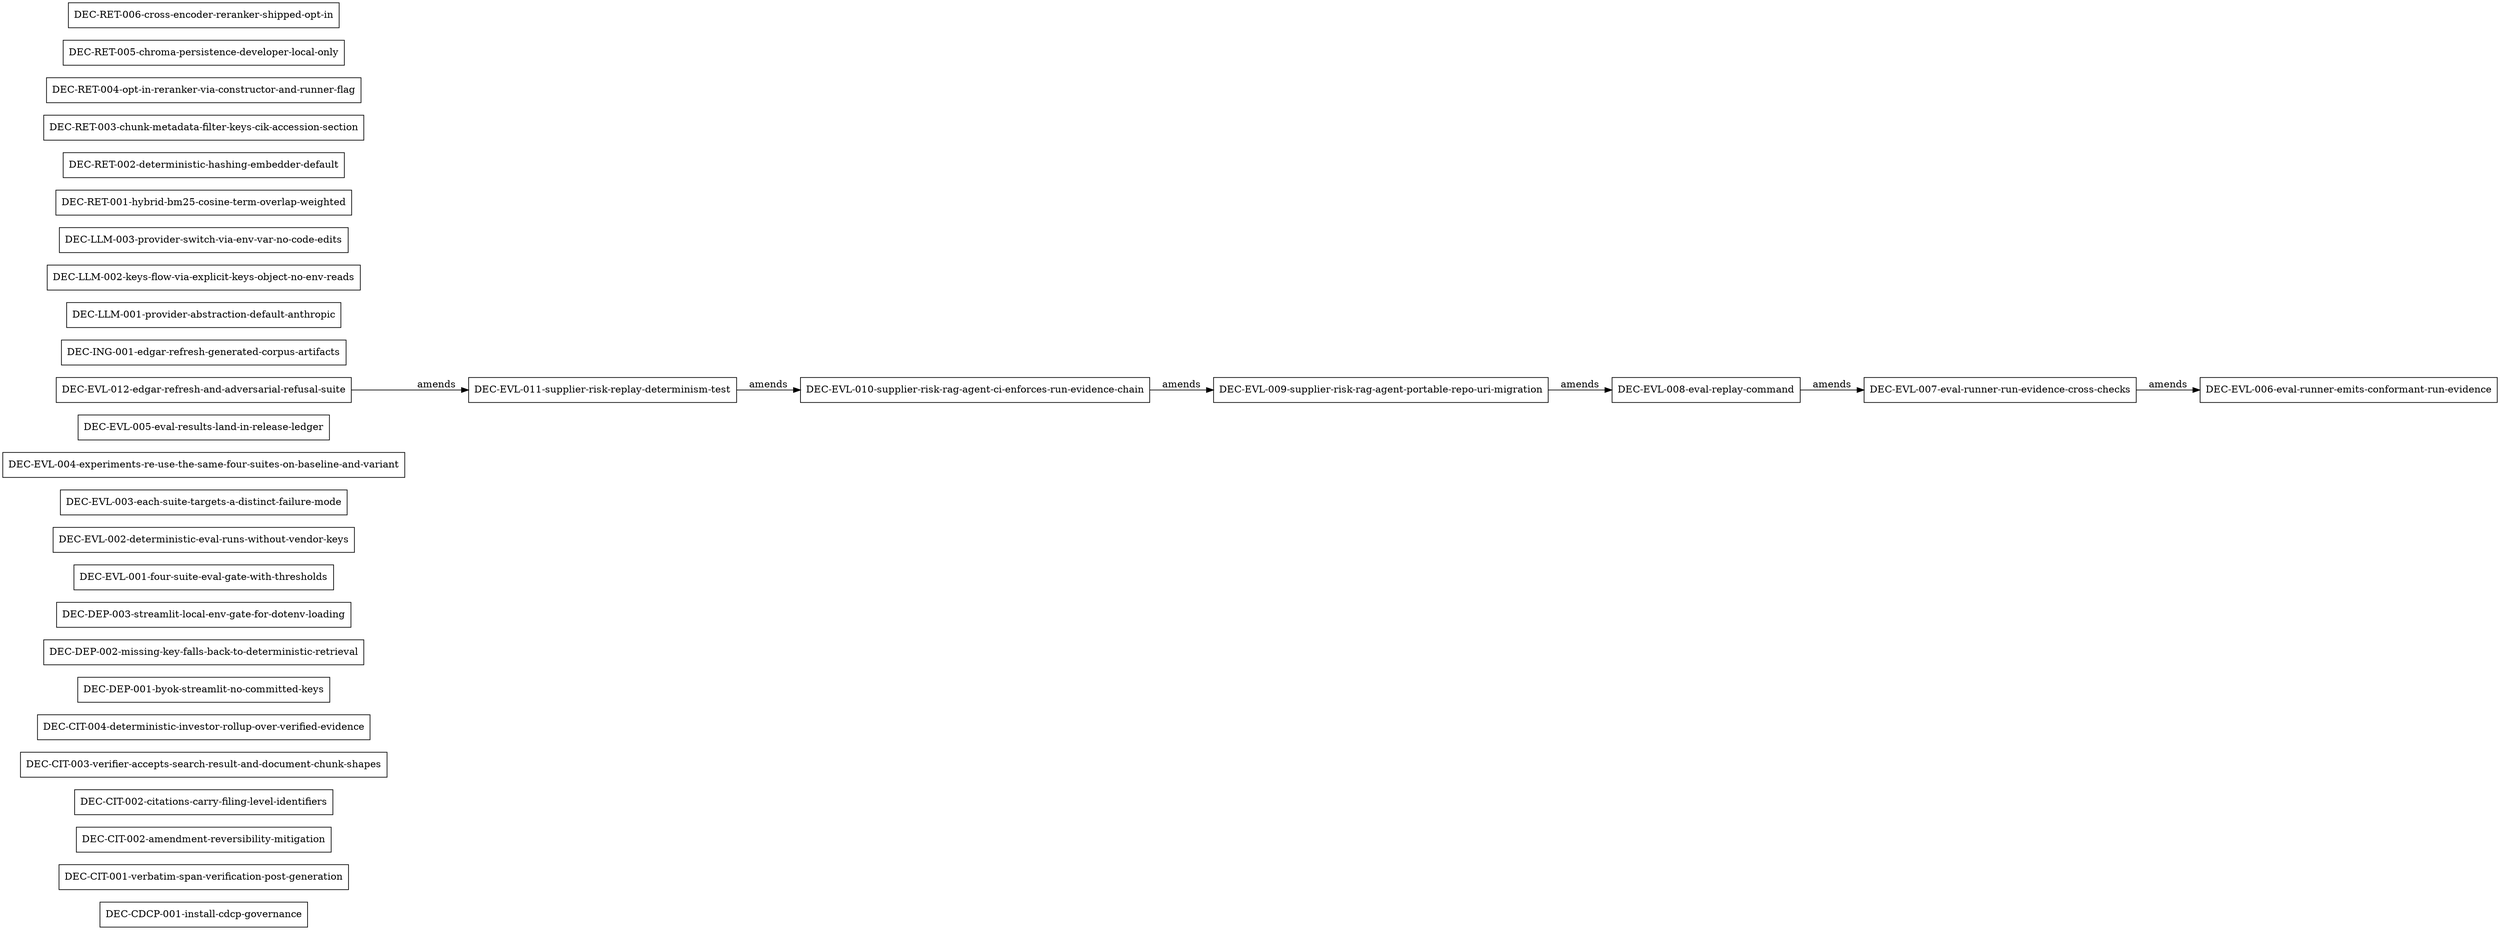
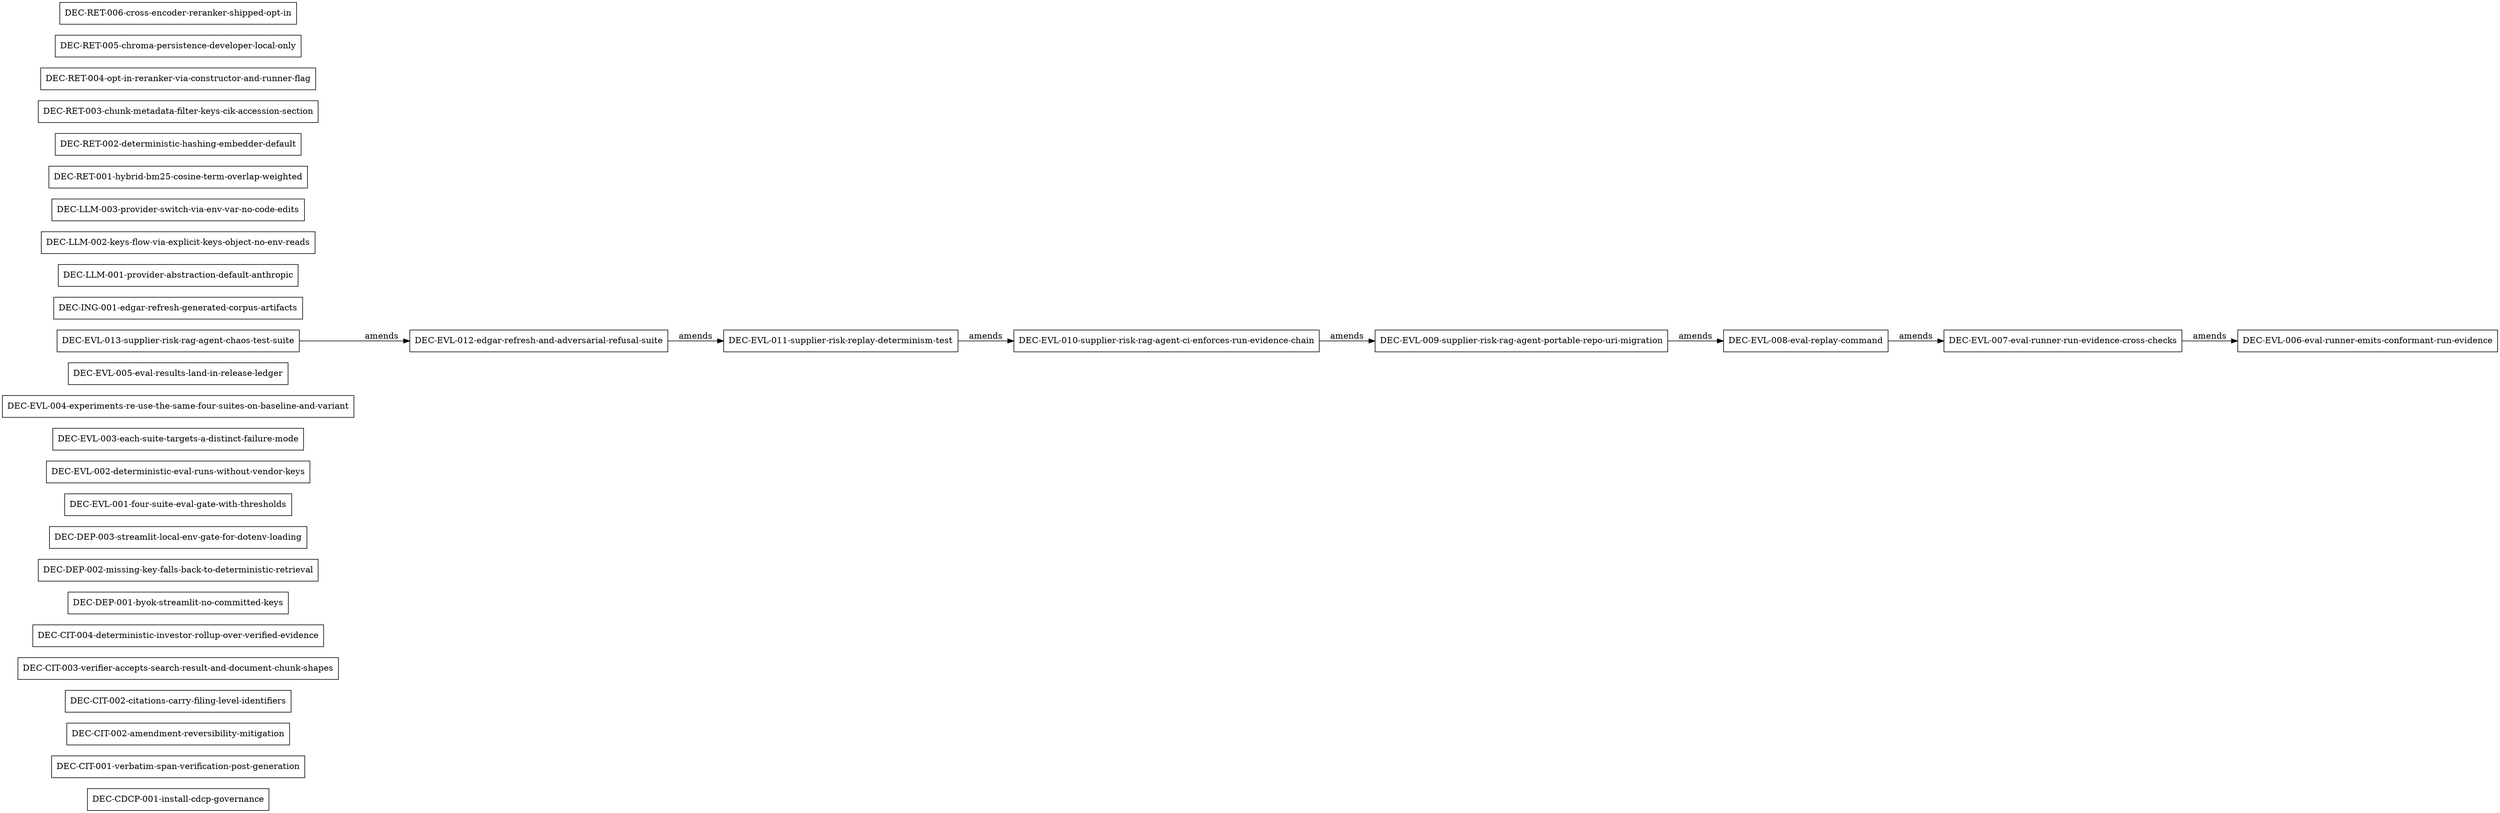
digraph dec_chains_supplier_risk_rag_agent {
  rankdir=LR;
  "DEC-CDCP-001-install-cdcp-governance" [shape=box, style=solid];
  "DEC-CIT-001-verbatim-span-verification-post-generation" [shape=box, style=solid];
  "DEC-CIT-002-amendment-reversibility-mitigation" [shape=box, style=solid];
  "DEC-CIT-002-citations-carry-filing-level-identifiers" [shape=box, style=solid];
  "DEC-CIT-003-verifier-accepts-search-result-and-document-chunk-shapes" [shape=box, style=solid];
  "DEC-CIT-004-deterministic-investor-rollup-over-verified-evidence" [shape=box, style=solid];
  "DEC-DEP-001-byok-streamlit-no-committed-keys" [shape=box, style=solid];
  "DEC-DEP-002-missing-key-falls-back-to-deterministic-retrieval" [shape=box, style=solid];
  "DEC-DEP-003-streamlit-local-env-gate-for-dotenv-loading" [shape=box, style=solid];
  "DEC-EVL-001-four-suite-eval-gate-with-thresholds" [shape=box, style=solid];
  "DEC-EVL-002-deterministic-eval-runs-without-vendor-keys" [shape=box, style=solid];
  "DEC-EVL-003-each-suite-targets-a-distinct-failure-mode" [shape=box, style=solid];
  "DEC-EVL-004-experiments-re-use-the-same-four-suites-on-baseline-and-variant" [shape=box, style=solid];
  "DEC-EVL-005-eval-results-land-in-release-ledger" [shape=box, style=solid];
  "DEC-EVL-006-eval-runner-emits-conformant-run-evidence" [shape=box, style=solid];
  "DEC-EVL-007-eval-runner-run-evidence-cross-checks" [shape=box, style=solid];
  "DEC-EVL-008-eval-replay-command" [shape=box, style=solid];
  "DEC-EVL-009-supplier-risk-rag-agent-portable-repo-uri-migration" [shape=box, style=solid];
  "DEC-EVL-010-supplier-risk-rag-agent-ci-enforces-run-evidence-chain" [shape=box, style=solid];
  "DEC-EVL-011-supplier-risk-replay-determinism-test" [shape=box, style=solid];
  "DEC-EVL-012-edgar-refresh-and-adversarial-refusal-suite" [shape=box, style=solid];
+   "DEC-EVL-013-supplier-risk-rag-agent-chaos-test-suite" [shape=box, style=solid];
  "DEC-ING-001-edgar-refresh-generated-corpus-artifacts" [shape=box, style=solid];
  "DEC-LLM-001-provider-abstraction-default-anthropic" [shape=box, style=solid];
  "DEC-LLM-002-keys-flow-via-explicit-keys-object-no-env-reads" [shape=box, style=solid];
  "DEC-LLM-003-provider-switch-via-env-var-no-code-edits" [shape=box, style=solid];
  "DEC-RET-001-hybrid-bm25-cosine-term-overlap-weighted" [shape=box, style=solid];
  "DEC-RET-002-deterministic-hashing-embedder-default" [shape=box, style=solid];
  "DEC-RET-003-chunk-metadata-filter-keys-cik-accession-section" [shape=box, style=solid];
  "DEC-RET-004-opt-in-reranker-via-constructor-and-runner-flag" [shape=box, style=solid];
  "DEC-RET-005-chroma-persistence-developer-local-only" [shape=box, style=solid];
  "DEC-RET-006-cross-encoder-reranker-shipped-opt-in" [shape=box, style=solid];
  "DEC-EVL-007-eval-runner-run-evidence-cross-checks" -> "DEC-EVL-006-eval-runner-emits-conformant-run-evidence" [label="amends"];
  "DEC-EVL-008-eval-replay-command" -> "DEC-EVL-007-eval-runner-run-evidence-cross-checks" [label="amends"];
  "DEC-EVL-009-supplier-risk-rag-agent-portable-repo-uri-migration" -> "DEC-EVL-008-eval-replay-command" [label="amends"];
  "DEC-EVL-010-supplier-risk-rag-agent-ci-enforces-run-evidence-chain" -> "DEC-EVL-009-supplier-risk-rag-agent-portable-repo-uri-migration" [label="amends"];
  "DEC-EVL-011-supplier-risk-replay-determinism-test" -> "DEC-EVL-010-supplier-risk-rag-agent-ci-enforces-run-evidence-chain" [label="amends"];
  "DEC-EVL-012-edgar-refresh-and-adversarial-refusal-suite" -> "DEC-EVL-011-supplier-risk-replay-determinism-test" [label="amends"];
+   "DEC-EVL-013-supplier-risk-rag-agent-chaos-test-suite" -> "DEC-EVL-012-edgar-refresh-and-adversarial-refusal-suite" [label="amends"];
}
